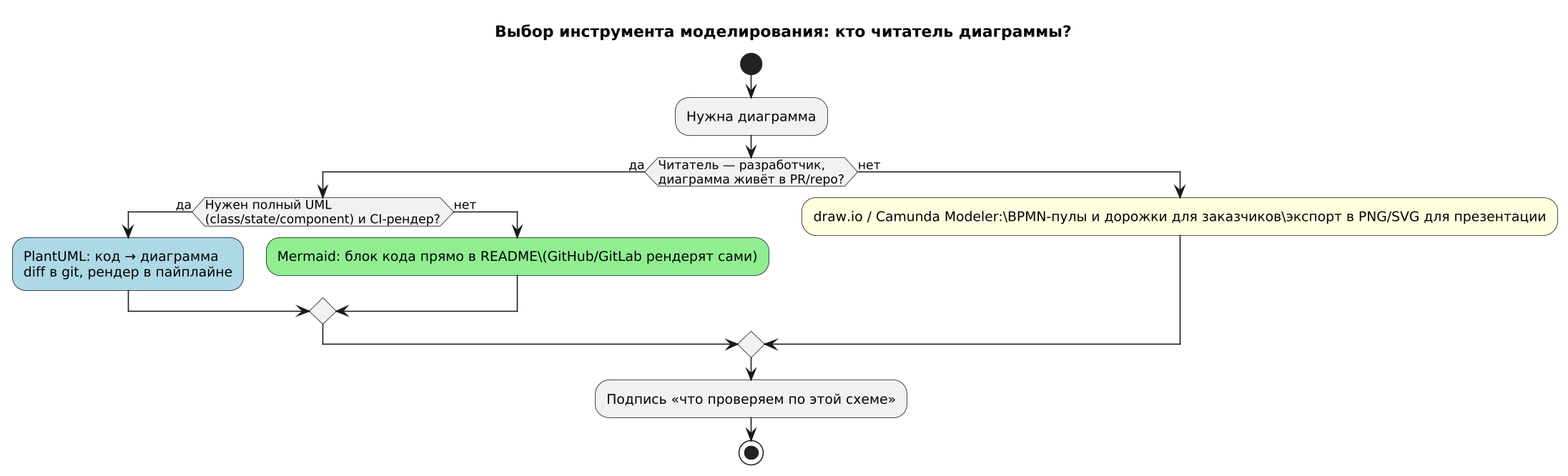
The PlantUML diagram images_m2/m2_10_plantuml_vs_mermaid.png in maedodo11/fullstack-system-analyst, before a commit. Its source is kept beside it as puml_m2/m2_10_plantuml_vs_mermaid.puml.
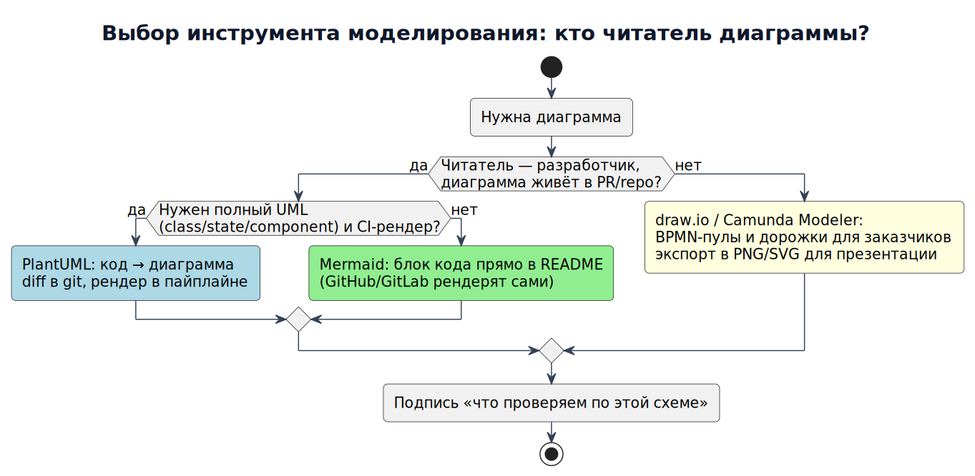
After the commit.

Change to the diagram source:
```diff
@@ -1,17 +1,26 @@
 @startuml m2_10_plantuml_vs_mermaid
+skinparam defaultFontName "DejaVu Sans"
+skinparam defaultFontSize 14
+skinparam backgroundColor #FFFFFF
+skinparam shadowing false
+skinparam roundcorner 8
+skinparam ArrowColor #334155
+skinparam titleFontColor #0F172A
+skinparam titleFontSize 20
+skinparam noteBackgroundColor #FFF7ED
+skinparam noteBorderColor #D97706
+skinparam dpi 140
 title Выбор инструмента моделирования: кто читатель диаграммы?
-!pragma layout smetana
-skinparam defaultFontName "DejaVu Sans"
 start
 :Нужна диаграмма;
 if (Читатель — разработчик,\nдиаграмма живёт в PR/repo?) then (да)
   if (Нужен полный UML\n(class/state/component) и CI-рендер?) then (да)
     #LightBlue:PlantUML: код → диаграмма\ndiff в git, рендер в пайплайне;
   else (нет)
-    #LightGreen:Mermaid: блок кода прямо в README\(GitHub/GitLab рендерят сами);
+    #LightGreen:Mermaid: блок кода прямо в README\n(GitHub/GitLab рендерят сами);
   endif
 else (нет)
-  #LightYellow:draw.io / Camunda Modeler:\BPMN-пулы и дорожки для заказчиков\экспорт в PNG/SVG для презентации;
+  #LightYellow:draw.io / Camunda Modeler:\nBPMN-пулы и дорожки для заказчиков\nэкспорт в PNG/SVG для презентации;
 endif
 :Подпись «что проверяем по этой схеме»;
 stop
```
